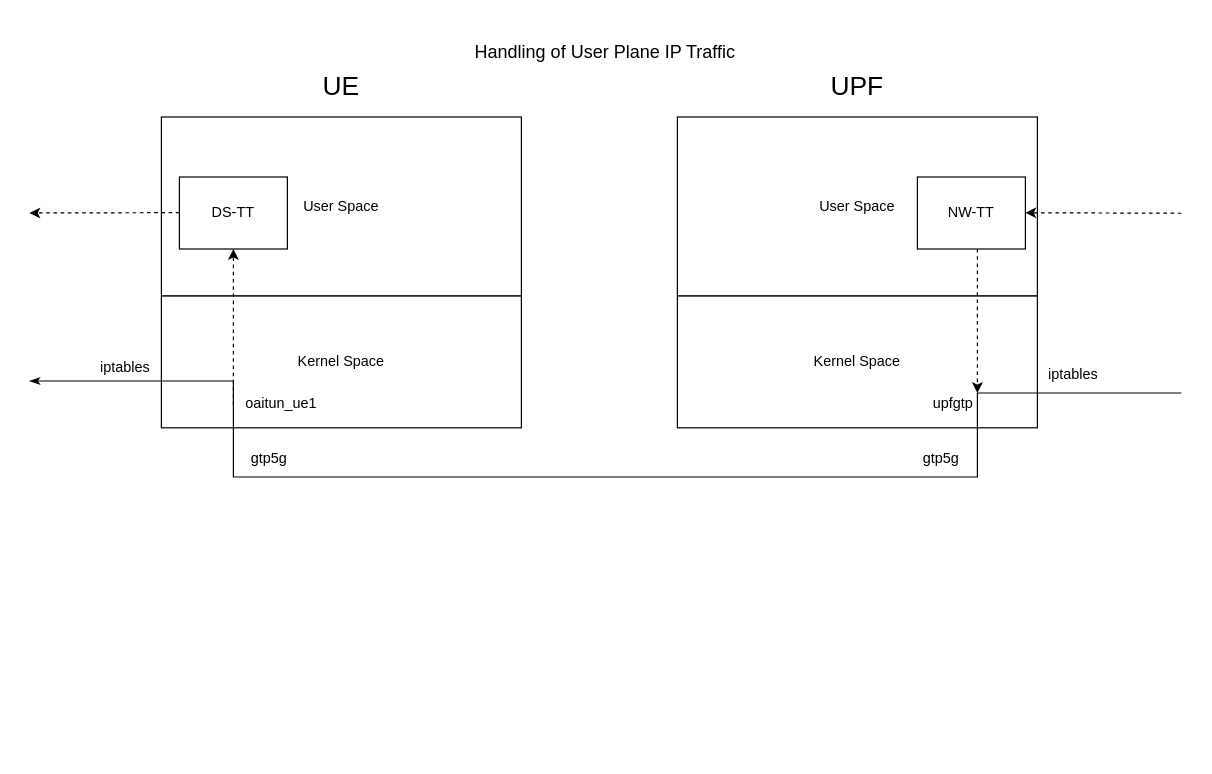
Above: docs/latency_considerations.drawio in ottoblep/tsn-5g-testbench (draw.io), before the change. Source tidied: cells renumbered, new cells numbered last; positions are measured from the earlier drawing's top-left corner, leaving out a move shared by most shapes. Both pictures are drawn from the tidied source at 120%, with x=0, y=0 at pixel (29, 20).
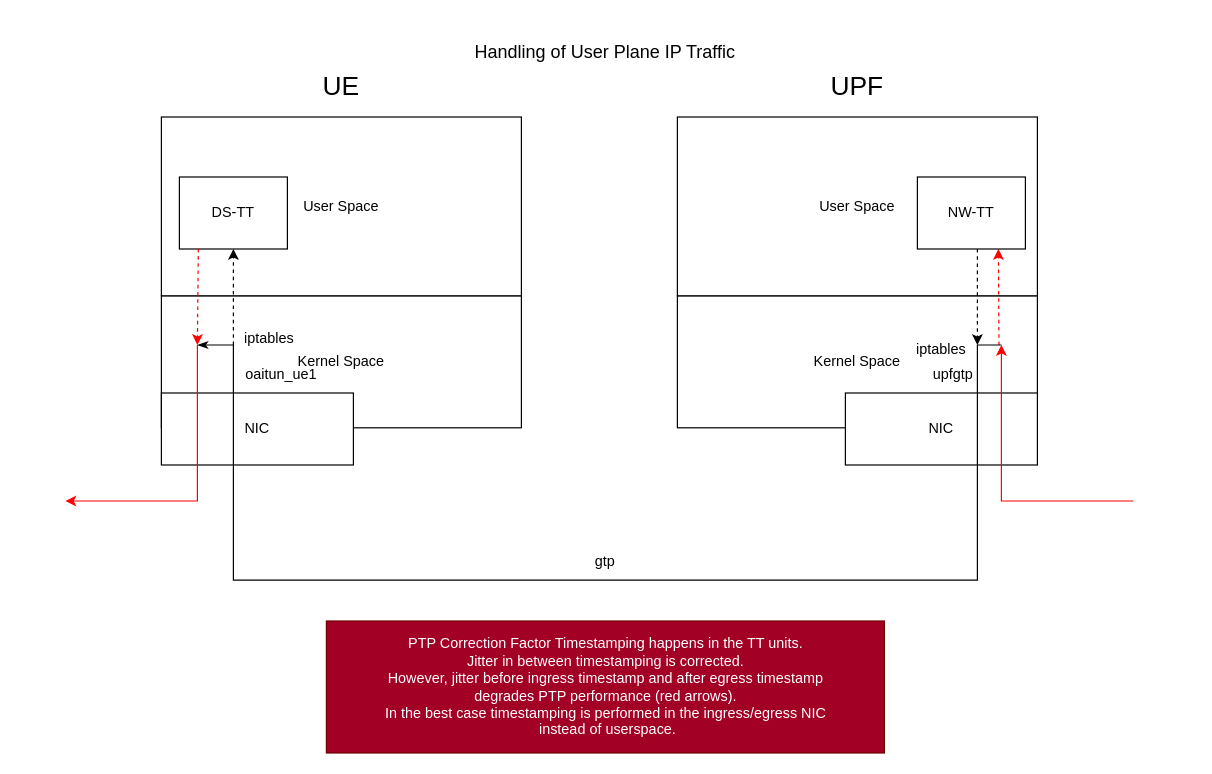
After the change.

Commit message (it also covers changes not shown here):
Improve latency figure accuracy

Unchanged cells that the change refers to:
```xml
<mxCell id="16" value="DS-TT" style="rounded=0;whiteSpace=wrap;html=1;" parent="1" vertex="1">
  <mxGeometry x="125" y="130" width="90" height="60" as="geometry" />
</mxCell>
<mxCell id="21" value="NW-TT" style="rounded=0;whiteSpace=wrap;html=1;" parent="1" vertex="1">
  <mxGeometry x="740" y="130" width="90" height="60" as="geometry" />
</mxCell>
```

What changed in the source:
```diff
@@
-    <mxCell id="8" style="endArrow=classicThin;html=1;rounded=0;endFill=1;" parent="1" edge="1">
-      <mxGeometry relative="1" as="geometry">
-        <mxPoint x="960" y="310" as="sourcePoint" />
-        <mxPoint y="300" as="targetPoint" />
-        <Array as="points">
-          <mxPoint x="790" y="310" />
-          <mxPoint x="790" y="380" />
-          <mxPoint x="170" y="380" />
-          <mxPoint x="170" y="300" />
-        </Array>
-      </mxGeometry>
-    </mxCell>
-    <mxCell id="9" value="upfgtp" style="text;html=1;strokeColor=none;fillColor=none;align=center;verticalAlign=middle;whiteSpace=wrap;rounded=0;" parent="1" vertex="1">
-      <mxGeometry x="740" y="304" width="60" height="30" as="geometry" />
-    </mxCell>
     <mxCell id="10" value="oaitun_ue1" style="text;html=1;strokeColor=none;fillColor=none;align=center;verticalAlign=middle;whiteSpace=wrap;rounded=0;" parent="1" vertex="1">
-      <mxGeometry x="180" y="304" width="60" height="30" as="geometry" />
+      <mxGeometry x="180" y="280" width="60" height="30" as="geometry" />
     </mxCell>
     <mxCell id="11" value="iptables" style="text;html=1;strokeColor=none;fillColor=none;align=center;verticalAlign=middle;whiteSpace=wrap;rounded=0;" parent="1" vertex="1">
-      <mxGeometry x="50" y="274" width="60" height="30" as="geometry" />
+      <mxGeometry x="170" y="250" width="60" height="30" as="geometry" />
     </mxCell>
     <mxCell id="12" value="iptables" style="text;html=1;strokeColor=none;fillColor=none;align=center;verticalAlign=middle;whiteSpace=wrap;rounded=0;" parent="1" vertex="1">
-      <mxGeometry x="840" y="280" width="60" height="30" as="geometry" />
+      <mxGeometry x="730" y="259" width="60" height="30" as="geometry" />
     </mxCell>
-    <mxCell id="13" value="gtp5g" style="text;html=1;strokeColor=none;fillColor=none;align=center;verticalAlign=middle;whiteSpace=wrap;rounded=0;" parent="1" vertex="1">
-      <mxGeometry x="730" y="350" width="60" height="30" as="geometry" />
+    <mxCell id="13" value="gtp" style="text;html=1;strokeColor=none;fillColor=none;align=center;verticalAlign=middle;whiteSpace=wrap;rounded=0;" parent="1" vertex="1">
+      <mxGeometry x="450" y="436" width="60" height="30" as="geometry" />
     </mxCell>
-    <mxCell id="14" value="gtp5g" style="text;html=1;strokeColor=none;fillColor=none;align=center;verticalAlign=middle;whiteSpace=wrap;rounded=0;" parent="1" vertex="1">
-      <mxGeometry x="170" y="350" width="60" height="30" as="geometry" />
-    </mxCell>
@@
-    <mxCell id="17" style="endArrow=classic;html=1;rounded=0;entryX=1;entryY=0.25;entryDx=0;entryDy=0;dashed=1;" parent="1" edge="1">
+    <mxCell id="17" style="endArrow=classic;html=1;rounded=0;entryX=0.75;entryY=1;entryDx=0;entryDy=0;dashed=1;fillColor=#d80073;strokeColor=#FF0000;" parent="1" edge="1" target="21">
       <mxGeometry relative="1" as="geometry">
-        <mxPoint x="960" y="160.2" as="sourcePoint" />
-        <mxPoint x="830" y="159.8" as="targetPoint" />
+        <mxPoint x="808" y="270" as="sourcePoint" />
       </mxGeometry>
     </mxCell>
     <mxCell id="18" style="endArrow=classic;html=1;rounded=0;dashed=1;" parent="1" edge="1">
       <mxGeometry relative="1" as="geometry">
         <mxPoint x="790" y="190" as="sourcePoint" />
-        <mxPoint x="790" y="310" as="targetPoint" />
+        <mxPoint x="790" y="270" as="targetPoint" />
       </mxGeometry>
     </mxCell>
     <mxCell id="19" style="endArrow=classic;html=1;rounded=0;entryX=0.5;entryY=1;entryDx=0;entryDy=0;dashed=1;" parent="1" edge="1" target="16">
       <mxGeometry relative="1" as="geometry">
-        <mxPoint x="170" y="320" as="sourcePoint" />
+        <mxPoint x="170" y="270" as="sourcePoint" />
       </mxGeometry>
     </mxCell>
-    <mxCell id="20" style="endArrow=classic;html=1;rounded=0;dashed=1;" parent="1" edge="1">
+    <mxCell id="20" style="endArrow=classic;html=1;rounded=0;dashed=1;exitX=0.175;exitY=0.998;exitDx=0;exitDy=0;fillColor=#d80073;strokeColor=#FF0000;exitPerimeter=0;" parent="1" edge="1" source="16">
       <mxGeometry relative="1" as="geometry">
-        <mxPoint x="125" y="159.7" as="sourcePoint" />
-        <mxPoint y="160" as="targetPoint" />
+        <mxPoint x="140" y="270" as="targetPoint" />
       </mxGeometry>
     </mxCell>
@@
+    <mxCell id="22" value="PTP Correction Factor Timestamping happens in the TT units.&lt;br&gt;Jitter in between timestamping is corrected.&lt;br&gt;However, jitter before ingress timestamp and after egress timestamp&lt;br&gt;degrades PTP performance (red arrows).&lt;br&gt;In the best case timestamping is performed in the ingress/egress NIC&lt;br&gt;&amp;nbsp;instead of userspace." style="text;html=1;strokeColor=#6F0000;fillColor=#a20025;align=center;verticalAlign=middle;whiteSpace=wrap;rounded=0;fontColor=#ffffff;" parent="1" vertex="1">
+      <mxGeometry x="247.5" y="500" width="465" height="110" as="geometry" />
+    </mxCell>
+    <mxCell id="23" value="NIC" style="rounded=0;whiteSpace=wrap;html=1;" parent="1" vertex="1">
+      <mxGeometry x="680" y="310" width="160" height="60" as="geometry" />
+    </mxCell>
+    <mxCell id="9" value="upfgtp" style="text;html=1;strokeColor=none;fillColor=none;align=center;verticalAlign=middle;whiteSpace=wrap;rounded=0;" parent="1" vertex="1">
+      <mxGeometry x="740" y="280" width="60" height="30" as="geometry" />
+    </mxCell>
+    <mxCell id="24" value="NIC" style="rounded=0;whiteSpace=wrap;html=1;" parent="1" vertex="1">
+      <mxGeometry x="110" y="310" width="160" height="60" as="geometry" />
+    </mxCell>
+    <mxCell id="8" style="endArrow=classicThin;html=1;rounded=0;endFill=1;" parent="1" edge="1">
+      <mxGeometry relative="1" as="geometry">
+        <mxPoint x="810" y="270" as="sourcePoint" />
+        <mxPoint x="140" y="270" as="targetPoint" />
+        <Array as="points">
+          <mxPoint x="790" y="270" />
+          <mxPoint x="790" y="396" />
+          <mxPoint x="790" y="466" />
+          <mxPoint x="170" y="466" />
+          <mxPoint x="170" y="386" />
+          <mxPoint x="170" y="270" />
+        </Array>
+      </mxGeometry>
+    </mxCell>
+    <mxCell id="25" style="endArrow=classic;html=1;rounded=0;strokeColor=#FF0000;" parent="1" edge="1">
+      <mxGeometry relative="1" as="geometry">
+        <mxPoint x="140" y="270" as="sourcePoint" />
+        <mxPoint x="30" y="400" as="targetPoint" />
+        <Array as="points">
+          <mxPoint x="140" y="400" />
+        </Array>
+      </mxGeometry>
+    </mxCell>
+    <mxCell id="26" style="endArrow=classic;html=1;rounded=0;strokeColor=#FF0000;" parent="1" edge="1">
+      <mxGeometry relative="1" as="geometry">
+        <mxPoint x="920" y="400" as="sourcePoint" />
+        <mxPoint x="810" y="270" as="targetPoint" />
+        <Array as="points">
+          <mxPoint x="810" y="400" />
+        </Array>
+      </mxGeometry>
+    </mxCell>
```
